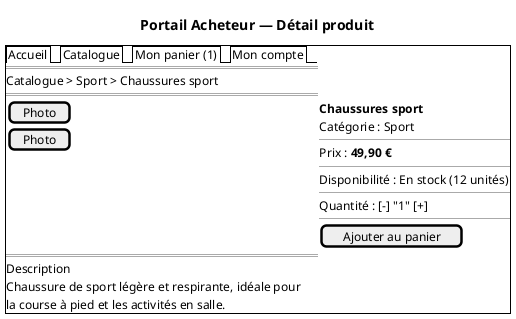
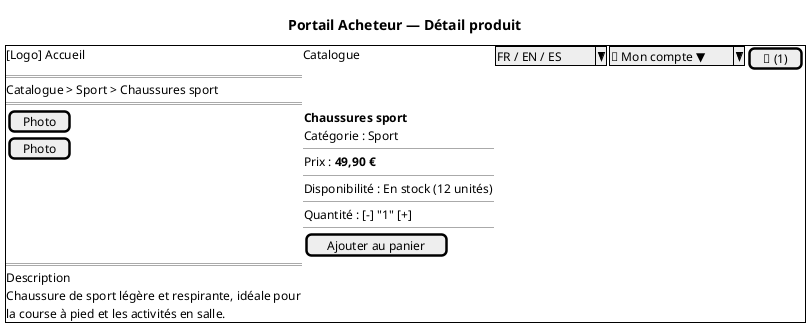
@startsalt
' Composant PA : front-acheteur (Portail Acheteur)
' Fonctions allouées : Service Catalogue — FS-B03 ; Service Panier — FS-B04
title Portail Acheteur — Détail produit

{+
-   {/ Accueil | Catalogue | Mon panier (1) | Mon compte }
+   ' Header : logo | nav | langue (dropdown) | compte (dropdown avec icône user) | panier
+   [Logo] Accueil | Catalogue | ^FR / EN / ES^ | ^👤 Mon compte ▼^ | [🛒 (1)]
  ==
  Catalogue > Sport > Chaussures sport
  ==
  {
    [ Photo ]
    [ Photo ]
  } |
  {
    **Chaussures sport**
    Catégorie : Sport
    --
    Prix : **49,90 €**
    --
    Disponibilité : En stock (12 unités)
    --
    Quantité : [-] "1" [+]
    --
    [Ajouter au panier]
  }
  ==
  Description
  Chaussure de sport légère et respirante, idéale pour
  la course à pied et les activités en salle.
}
@endsalt
